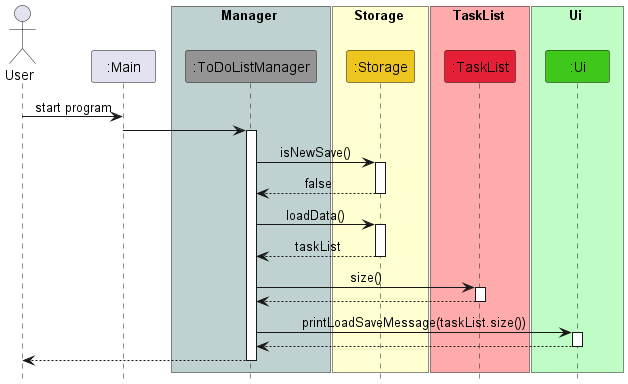
This is docs/images/StartUpStorageWithValidSaveFile.png from nus-cs2113-AY2223S2/tp, a PlantUML export, as it was before one commit.
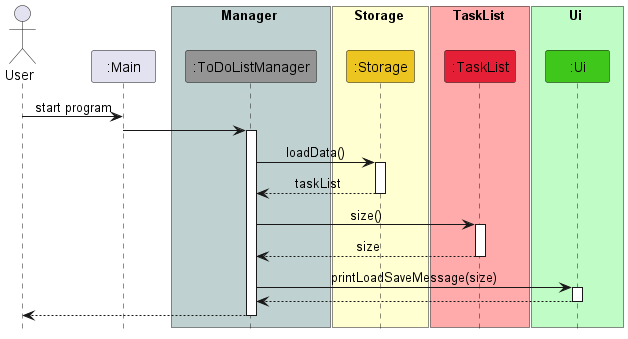
After the commit.

Change to the diagram source:
```diff
@@ -23,20 +23,15 @@
 User -> Main: start program
 Main -> ToDoListManager
 activate ToDoListManager
-ToDoListManager -> Storage: isNewSave()
-activate Storage
-Storage --> ToDoListManager: false
-deactivate Storage
-
 ToDoListManager -> Storage: loadData()
 activate Storage
 Storage --> ToDoListManager: taskList
 deactivate Storage
 ToDoListManager -> TaskList: size()
 activate TaskList
-TaskList --> ToDoListManager
+TaskList --> ToDoListManager : size
 deactivate TaskList
-ToDoListManager -> Ui:printLoadSaveMessage(taskList.size())
+ToDoListManager -> Ui:printLoadSaveMessage(size)
 activate Ui
 Ui --> ToDoListManager
 deactivate Ui
```
